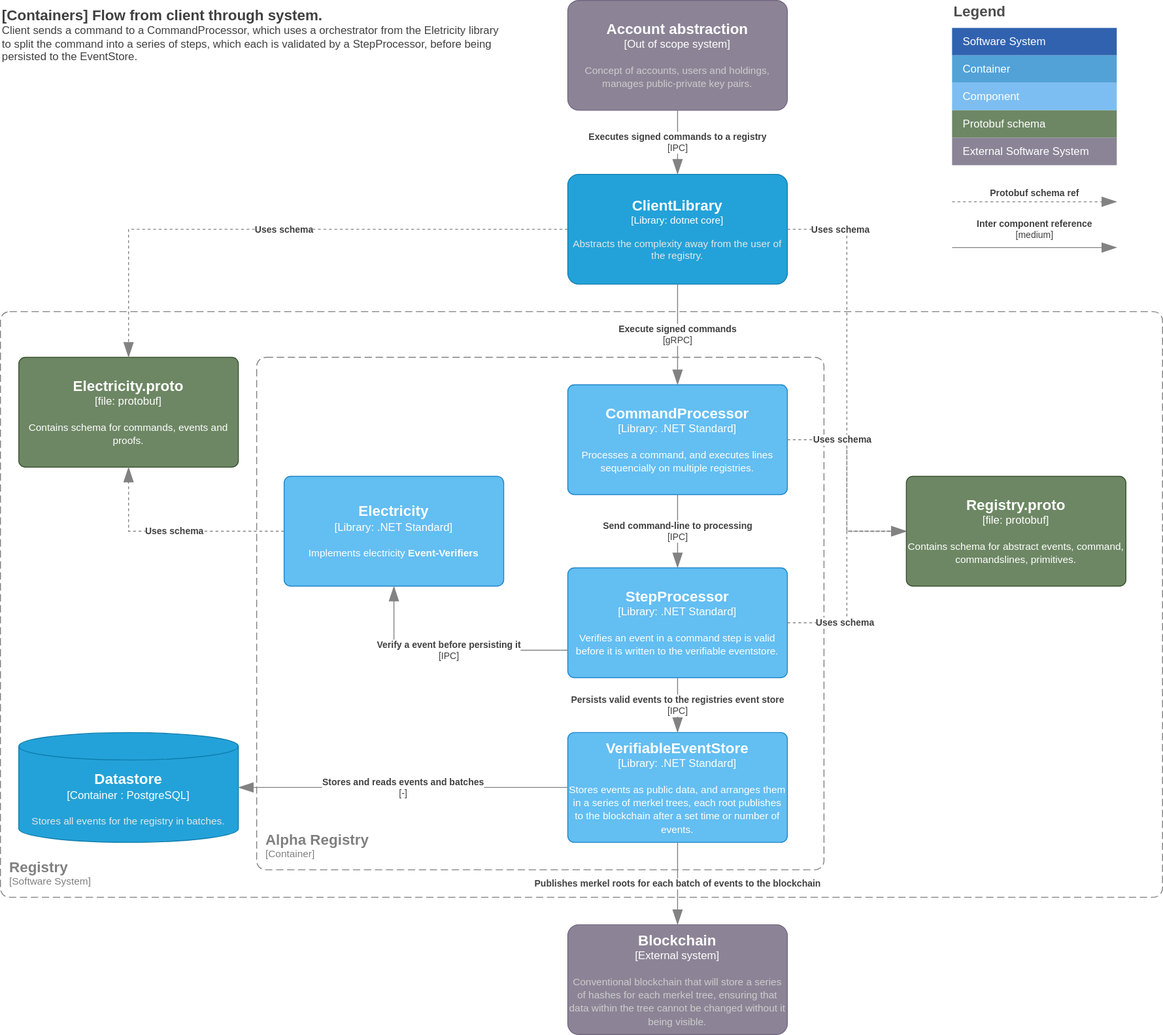
project-origin/registry keeps this draw.io diagram as doc/architecture/container.drawio.svg. Above is the earlier version. Source tidied: cells renumbered, new cells last; positions are measured from the earlier drawing's top-left corner, leaving out a move shared by most shapes.
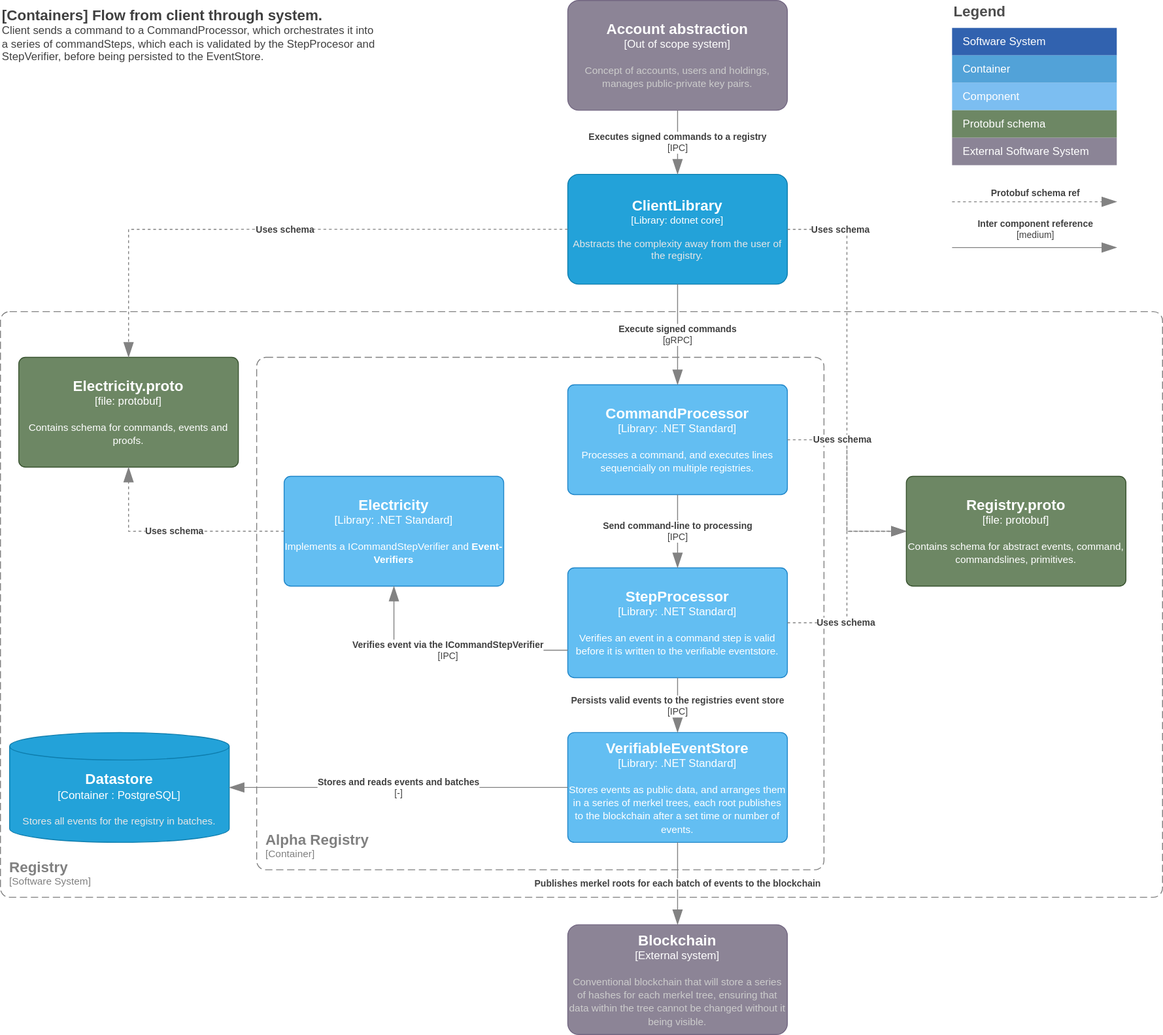
After the commit.

Change to the diagram source:
```diff
@@ -19,7 +19,7 @@
     </object>
     <object id="5" label="&lt;font style=&quot;font-size: 16px&quot;&gt;&lt;b&gt;%c4Type%&lt;/font&gt;&lt;div&gt;[%c4Container%:&amp;nbsp;%c4Technology%]&lt;/div&gt;&lt;br&gt;&lt;div&gt;&lt;font style=&quot;font-size: 11px&quot;&gt;&lt;font color=&quot;#E6E6E6&quot;&gt;%c4Description%&lt;/font&gt;&lt;/div&gt;" c4Container="Container " c4Description="Stores all events for the registry in batches." c4Technology="PostgreSQL" c4Type="Datastore" placeholders="1">
       <mxCell style="shape=cylinder3;size=15;whiteSpace=wrap;html=1;boundedLbl=1;rounded=0;labelBackgroundColor=none;fillColor=#23A2D9;fontSize=12;fontColor=#ffffff;align=center;strokeColor=#0E7DAD;points=[[0.5,0,0],[1,0.25,0],[1,0.5,0],[1,0.75,0],[0.5,1,0],[0,0.75,0],[0,0.5,0],[0,0.25,0]];" parent="1" vertex="1">
-        <mxGeometry x="20" y="800" width="240" height="120" as="geometry" />
+        <mxGeometry x="10" y="800" width="240" height="120" as="geometry" />
       </mxCell>
     </object>
     <object id="6" label="&lt;font style=&quot;font-size: 16px&quot;&gt;&lt;b&gt;&lt;div style=&quot;text-align: left&quot;&gt;%c4Name%&lt;/div&gt;&lt;/b&gt;&lt;/font&gt;&lt;div style=&quot;text-align: left&quot;&gt;[%c4Application%]&lt;/div&gt;" c4Application="Container" c4Name="Alpha Registry" c4Type="ContainerScopeBoundary" placeholders="1">
@@ -37,7 +37,7 @@
         <mxGeometry relative="1" as="geometry" />
       </mxCell>
     </object>
-    <object id="9" label="&lt;font style=&quot;font-size: 16px&quot;&gt;&lt;b&gt;%c4Name%&lt;/b&gt;&lt;/font&gt;&lt;div&gt;[%c4Type%: %c4Technology%]&lt;/div&gt;&lt;br&gt;&lt;div&gt;&lt;font style=&quot;font-size: 11px&quot;&gt;%c4Description%&lt;/font&gt;&lt;/div&gt;" c4Description="Implements electricity &lt;b&gt;Event-Verifiers&lt;/b&gt;" c4Name="Electricity" c4Technology=".NET Standard" c4Type="Library" placeholders="1">
+    <object id="9" label="&lt;font style=&quot;font-size: 16px&quot;&gt;&lt;b&gt;%c4Name%&lt;/b&gt;&lt;/font&gt;&lt;div&gt;[%c4Type%: %c4Technology%]&lt;/div&gt;&lt;br&gt;&lt;div&gt;&lt;font style=&quot;font-size: 11px&quot;&gt;%c4Description%&lt;/font&gt;&lt;/div&gt;" c4Description="Implements a ICommandStepVerifier and &lt;b&gt;Event-Verifiers&lt;/b&gt;" c4Name="Electricity" c4Technology=".NET Standard" c4Type="Library" placeholders="1">
       <mxCell style="rounded=1;whiteSpace=wrap;html=1;labelBackgroundColor=none;fillColor=#63BEF2;fontColor=#ffffff;align=center;arcSize=6;strokeColor=#2086C9;points=[[0.25,0,0],[0.5,0,0],[0.75,0,0],[1,0.25,0],[1,0.5,0],[1,0.75,0],[0.75,1,0],[0.5,1,0],[0.25,1,0],[0,0.75,0],[0,0.5,0],[0,0.25,0]];" parent="1" vertex="1">
         <mxGeometry x="310" y="520" width="240" height="120" as="geometry" />
       </mxCell>
@@ -62,7 +62,7 @@
         <mxGeometry relative="1" as="geometry" />
       </mxCell>
     </object>
-    <object id="14" label="&lt;div style=&quot;text-align: left&quot;&gt;&lt;div style=&quot;text-align: center&quot;&gt;&lt;b&gt;%c4Description%&lt;/b&gt;&lt;/div&gt;&lt;div style=&quot;text-align: center&quot;&gt;[%c4Technology%]&lt;/div&gt;&lt;/div&gt;" c4Description="Verify a event before persisting it" c4Technology="IPC" c4Type="Relationship" placeholders="1">
+    <object id="14" label="&lt;div style=&quot;text-align: left&quot;&gt;&lt;div style=&quot;text-align: center&quot;&gt;&lt;b&gt;%c4Description%&lt;/b&gt;&lt;/div&gt;&lt;div style=&quot;text-align: center&quot;&gt;[%c4Technology%]&lt;/div&gt;&lt;/div&gt;" c4Description="Verifies event via the ICommandStepVerifier" c4Technology="IPC" c4Type="Relationship" placeholders="1">
       <mxCell style="endArrow=blockThin;html=1;fontSize=10;fontColor=#404040;strokeWidth=1;endFill=1;strokeColor=#828282;elbow=vertical;endSize=14;startSize=14;jumpStyle=arc;jumpSize=16;rounded=0;edgeStyle=orthogonalEdgeStyle;exitX=0;exitY=0.75;exitDx=0;exitDy=0;exitPerimeter=0;entryX=0.5;entryY=1;entryDx=0;entryDy=0;entryPerimeter=0;" parent="1" edge="1" source="10" target="9">
         <mxGeometry relative="1" as="geometry" />
       </mxCell>
@@ -143,9 +143,9 @@
         <mxGeometry relative="1" as="geometry" />
       </mxCell>
     </object>
-    <object id="33" label="&lt;font style=&quot;font-size: 16px&quot;&gt;&lt;b&gt;&lt;div style=&quot;text-align: left&quot;&gt;%c4Name%&lt;/div&gt;&lt;/b&gt;&lt;/font&gt;&lt;div style=&quot;text-align: left&quot;&gt;%c4Description%&lt;/div&gt;" c4Description="Client sends a command to a CommandProcessor, which uses a orchestrator from the Eletricity library to split the command into a series of steps, which each is validated by a StepProcessor, before being persisted to the EventStore. " c4Name="[Containers] Flow from client through system." c4Type="ContainerDiagramTitle" placeholders="1">
+    <object id="33" label="&lt;font style=&quot;font-size: 16px&quot;&gt;&lt;b&gt;&lt;div style=&quot;text-align: left&quot;&gt;%c4Name%&lt;/div&gt;&lt;/b&gt;&lt;/font&gt;&lt;div style=&quot;text-align: left&quot;&gt;%c4Description%&lt;/div&gt;" c4Description="Client sends a command to a CommandProcessor, which orchestrates it into a series of commandSteps, which each is validated by the StepProcesor and StepVerifier, before being persisted to the EventStore. " c4Name="[Containers] Flow from client through system." c4Type="ContainerDiagramTitle" placeholders="1">
       <mxCell style="text;html=1;strokeColor=none;fillColor=none;align=left;verticalAlign=top;whiteSpace=wrap;rounded=0;fontColor=#404040;" parent="1" vertex="1">
-        <mxGeometry width="550" height="180" as="geometry" />
+        <mxGeometry width="410" height="180" as="geometry" />
       </mxCell>
     </object>
     <object id="34" label="&lt;div style=&quot;text-align: left&quot;&gt;&lt;div style=&quot;text-align: center&quot;&gt;&lt;b&gt;%c4Description%&lt;/b&gt;&lt;/div&gt;" c4Description="Protobuf schema ref" c4Type="Relationship" placeholders="1">
```
